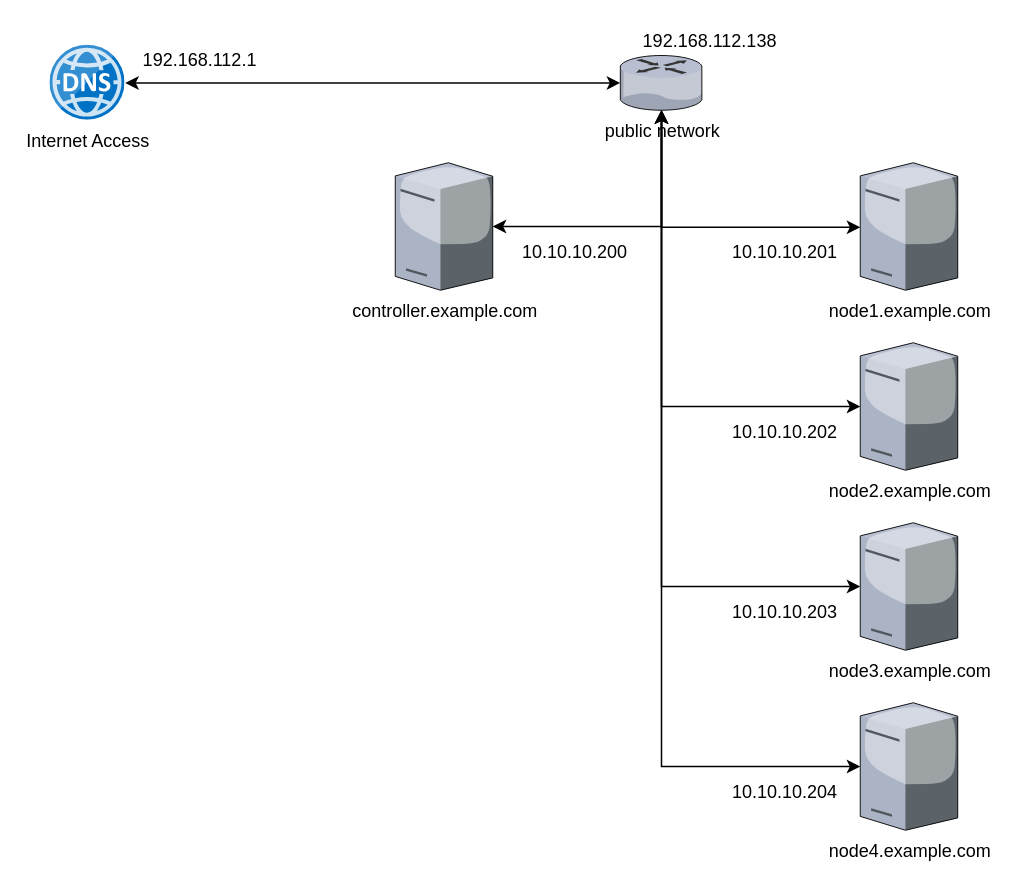
The draw.io diagram doc/lab-design.drawio in midu16/rh134env, before the edit. Source tidied: cells renumbered, new cells numbered last; positions are measured from the earlier drawing's top-left corner, leaving out a move shared by most shapes. Both pictures are drawn from the tidied source at 150%, with x=0, y=0 at pixel (50, 24).
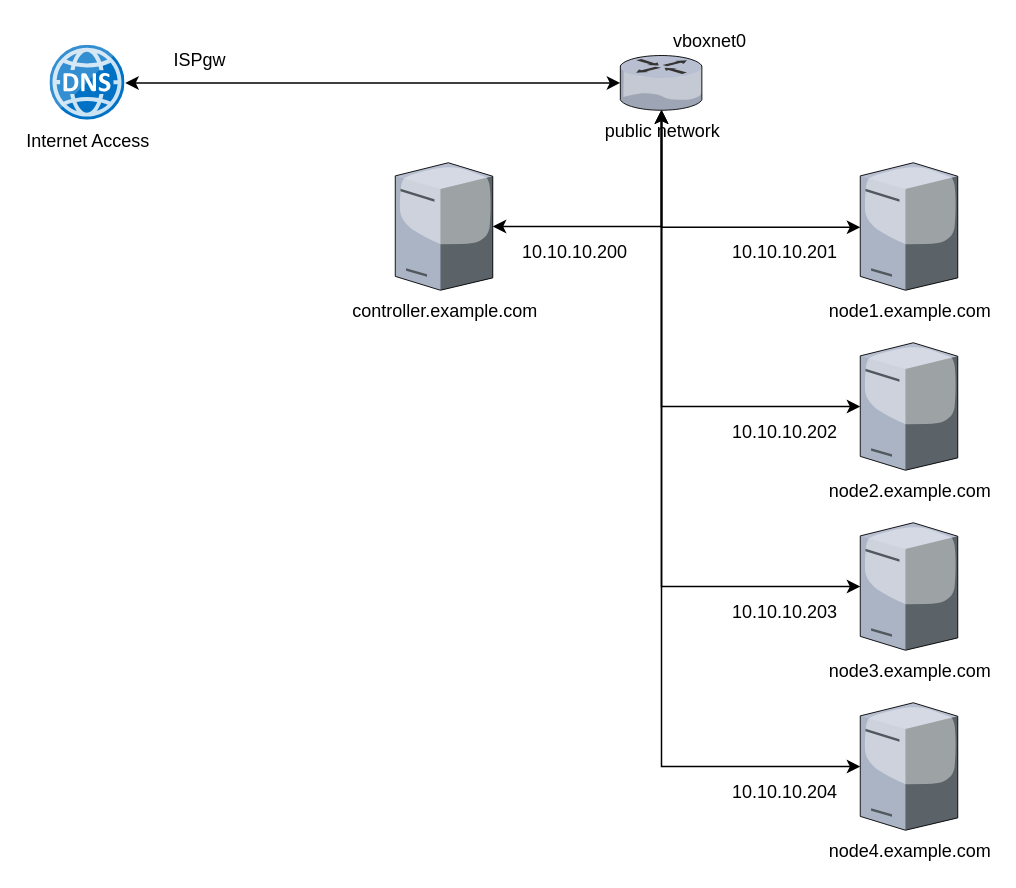
After the change.

Change to the diagram source:
```diff
@@
-    <mxCell id="20" value="192.168.112.1" style="text;html=1;strokeColor=none;fillColor=none;align=center;verticalAlign=middle;whiteSpace=wrap;rounded=0;" parent="1" vertex="1">
+    <mxCell id="20" value="ISPgw" style="text;html=1;strokeColor=none;fillColor=none;align=center;verticalAlign=middle;whiteSpace=wrap;rounded=0;" parent="1" vertex="1">
       <mxGeometry x="80" y="13.8" width="40" height="20" as="geometry" />
     </mxCell>
-    <mxCell id="21" value="192.168.112.138" style="text;html=1;strokeColor=none;fillColor=none;align=center;verticalAlign=middle;whiteSpace=wrap;rounded=0;" parent="1" vertex="1">
+    <mxCell id="21" value="vboxnet0" style="text;html=1;strokeColor=none;fillColor=none;align=center;verticalAlign=middle;whiteSpace=wrap;rounded=0;" parent="1" vertex="1">
       <mxGeometry x="420" y="0.5" width="40" height="20" as="geometry" />
     </mxCell>
```
